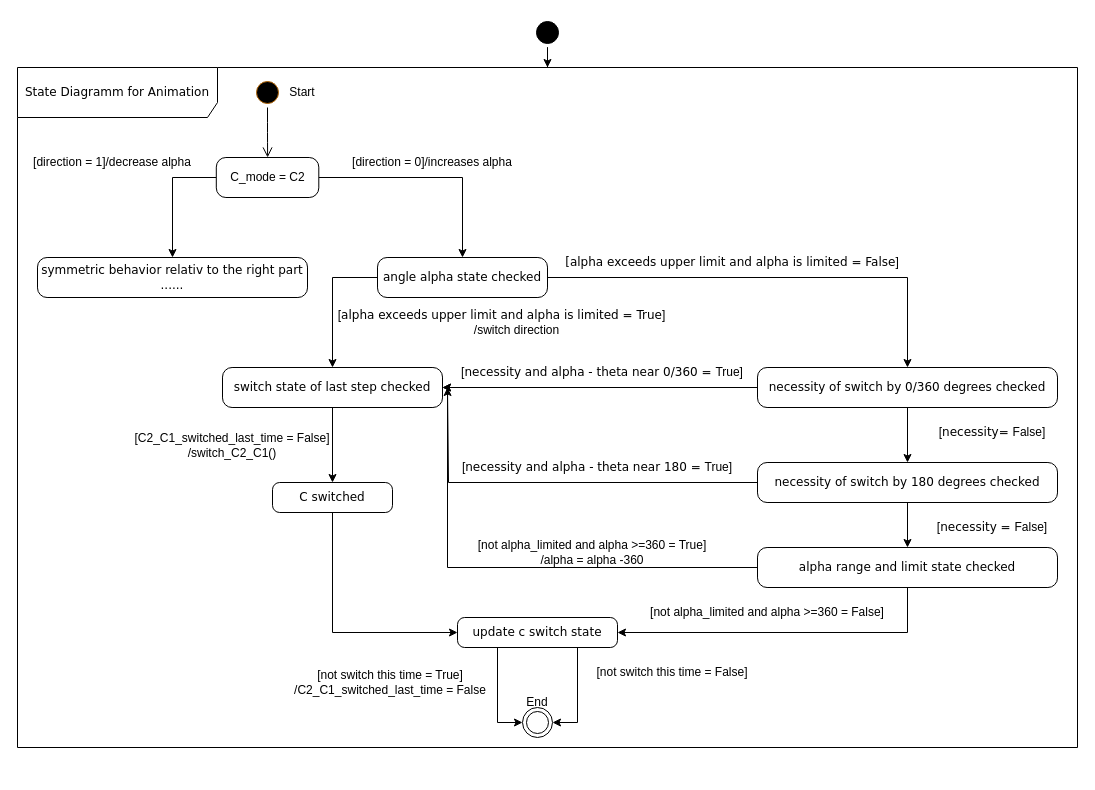
Before: report/figures/animation_state_diagramm_1.drawio in einsflash/Project_Pusher_Mechanism, a draw.io diagram. Source tidied: cells renumbered, new cells numbered last; positions are measured from the earlier drawing's top-left corner, leaving out a move shared by most shapes. Both pictures are drawn from the tidied source at 100%, with x=0, y=0 at pixel (17, 17).
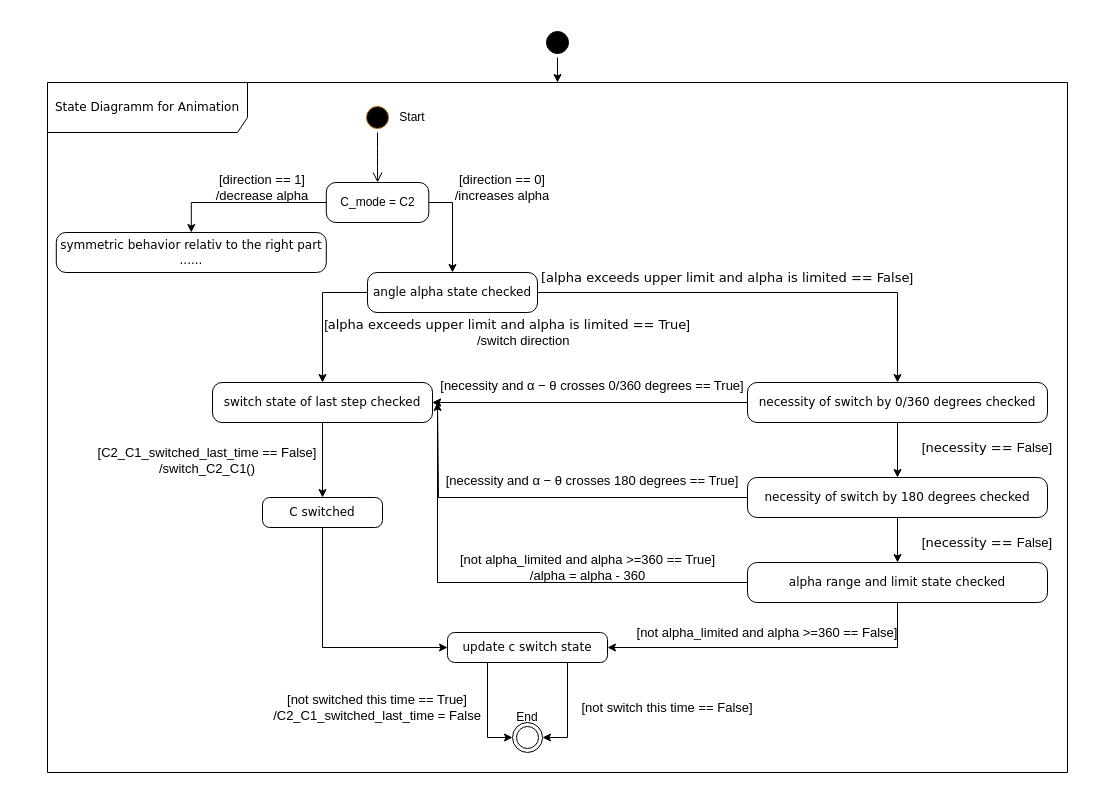
The same page after the edit.

Commit message (it also covers changes not shown here):
animation state diagramm fixed

Diff of the diagram source:
```diff
@@
     <mxCell id="2" value="State Diagramm for Animation" style="shape=umlFrame;whiteSpace=wrap;html=1;rounded=1;shadow=0;comic=0;labelBackgroundColor=none;strokeWidth=1;fontFamily=Verdana;fontSize=12;align=center;width=200;height=50;" parent="1" vertex="1">
-      <mxGeometry y="50" width="1060" height="680" as="geometry" />
+      <mxGeometry x="30" y="65" width="1020" height="690" as="geometry" />
     </mxCell>
     <mxCell id="3" style="ellipse;html=1;shape=startState;rounded=1;shadow=0;comic=0;labelBackgroundColor=none;fontFamily=Verdana;fontSize=12;align=center;direction=south;fillColor=#000000;strokeColor=#b46504;" parent="1" vertex="1">
-      <mxGeometry x="235" y="60" width="30" height="30" as="geometry" />
+      <mxGeometry x="345" y="85" width="30" height="30" as="geometry" />
     </mxCell>
@@
     <mxCell id="6" value="angle alpha state checked" style="rounded=1;whiteSpace=wrap;html=1;arcSize=24;shadow=0;comic=0;labelBackgroundColor=none;fontFamily=Verdana;fontSize=12;align=center;" parent="1" vertex="1">
-      <mxGeometry x="360" y="240" width="170" height="40" as="geometry" />
+      <mxGeometry x="350" y="255" width="170" height="40" as="geometry" />
     </mxCell>
     <mxCell id="7" value="symmetric behavior relativ to the right part&lt;div&gt;......&lt;/div&gt;" style="rounded=1;whiteSpace=wrap;html=1;arcSize=24;shadow=0;comic=0;labelBackgroundColor=none;fontFamily=Verdana;fontSize=12;align=center;" parent="1" vertex="1">
-      <mxGeometry x="20" y="240" width="270" height="40" as="geometry" />
+      <mxGeometry x="38.8" y="215" width="270" height="40" as="geometry" />
     </mxCell>
@@
-    <mxCell id="9" value="[direction = 1]/decrease alpha" style="text;html=1;align=center;verticalAlign=middle;whiteSpace=wrap;rounded=0;" parent="1" vertex="1">
-      <mxGeometry x="10" y="130" width="170" height="30" as="geometry" />
+    <mxCell id="9" value="&lt;font style=&quot;font-size: 13px;&quot;&gt;[direction == 1]&lt;/font&gt;&lt;div&gt;&lt;font style=&quot;font-size: 13px;&quot;&gt;/decrease alpha&lt;/font&gt;&lt;/div&gt;" style="text;html=1;align=center;verticalAlign=middle;whiteSpace=wrap;rounded=0;" parent="1" vertex="1">
+      <mxGeometry x="160" y="155" width="170" height="30" as="geometry" />
     </mxCell>
-    <mxCell id="10" value="[direction = 0]/increases alpha" style="text;html=1;align=center;verticalAlign=middle;whiteSpace=wrap;rounded=0;" parent="1" vertex="1">
-      <mxGeometry x="330" y="130" width="170" height="30" as="geometry" />
+    <mxCell id="10" value="&lt;font style=&quot;font-size: 13px;&quot;&gt;[direction == 0]&lt;/font&gt;&lt;div&gt;&lt;font style=&quot;font-size: 13px;&quot;&gt;/increases alpha&lt;/font&gt;&lt;/div&gt;" style="text;html=1;align=center;verticalAlign=middle;whiteSpace=wrap;rounded=0;" parent="1" vertex="1">
+      <mxGeometry x="400" y="155" width="170" height="30" as="geometry" />
     </mxCell>
@@
     <mxCell id="13" value="&lt;span style=&quot;font-family: Helvetica;&quot;&gt;C_mode = C2&lt;/span&gt;" style="rounded=1;whiteSpace=wrap;html=1;arcSize=24;shadow=0;comic=0;labelBackgroundColor=none;fontFamily=Verdana;fontSize=12;align=center;" parent="1" vertex="1">
-      <mxGeometry x="198.8" y="140" width="102.5" height="40" as="geometry" />
+      <mxGeometry x="308.8" y="165" width="102.5" height="40" as="geometry" />
     </mxCell>
     <mxCell id="14" value="Start" style="text;html=1;align=center;verticalAlign=middle;whiteSpace=wrap;rounded=0;" parent="1" vertex="1">
-      <mxGeometry x="255" y="60" width="60" height="30" as="geometry" />
+      <mxGeometry x="365" y="85" width="60" height="30" as="geometry" />
     </mxCell>
@@
     <mxCell id="16" value="switch state of last step checked" style="rounded=1;whiteSpace=wrap;html=1;arcSize=24;shadow=0;comic=0;labelBackgroundColor=none;fontFamily=Verdana;fontSize=12;align=center;" parent="1" vertex="1">
-      <mxGeometry x="205" y="350" width="220" height="40" as="geometry" />
+      <mxGeometry x="195" y="365" width="220" height="40" as="geometry" />
     </mxCell>
-    <mxCell id="17" value="[&lt;span style=&quot;font-family: Verdana;&quot;&gt;alpha exceeds upper limit&amp;nbsp;&lt;/span&gt;&lt;span style=&quot;font-family: Verdana; background-color: initial;&quot;&gt;and alpha is limited = True&lt;/span&gt;]&lt;div&gt;&amp;nbsp; &amp;nbsp; &amp;nbsp; &amp;nbsp; &amp;nbsp;/switch direction&lt;/div&gt;" style="text;html=1;align=center;verticalAlign=middle;whiteSpace=wrap;rounded=0;" parent="1" vertex="1">
-      <mxGeometry x="272.5" y="290" width="422.5" height="30" as="geometry" />
+    <mxCell id="17" value="&lt;font style=&quot;font-size: 13px;&quot;&gt;[&lt;span style=&quot;font-family: Verdana;&quot;&gt;alpha exceeds upper limit&amp;nbsp;&lt;/span&gt;&lt;span style=&quot;font-family: Verdana; background-color: initial;&quot;&gt;and alpha is limited == True&lt;/span&gt;]&lt;/font&gt;&lt;div&gt;&lt;font style=&quot;font-size: 13px;&quot;&gt;&amp;nbsp; &amp;nbsp; &amp;nbsp; &amp;nbsp; &amp;nbsp;/switch direction&lt;/font&gt;&lt;/div&gt;" style="text;html=1;align=center;verticalAlign=middle;whiteSpace=wrap;rounded=0;" parent="1" vertex="1">
+      <mxGeometry x="300" y="300" width="380" height="30" as="geometry" />
     </mxCell>
@@
     <mxCell id="19" value="C switched" style="rounded=1;whiteSpace=wrap;html=1;arcSize=24;shadow=0;comic=0;labelBackgroundColor=none;fontFamily=Verdana;fontSize=12;align=center;" parent="1" vertex="1">
-      <mxGeometry x="255" y="465" width="120" height="30" as="geometry" />
+      <mxGeometry x="245" y="480" width="120" height="30" as="geometry" />
     </mxCell>
-    <mxCell id="20" value="[C2_C1_switched_last_time = False]&lt;div&gt;/switch_C2_C1()&lt;/div&gt;" style="text;html=1;align=center;verticalAlign=middle;whiteSpace=wrap;rounded=0;" parent="1" vertex="1">
-      <mxGeometry x="100" y="410" width="230" height="35" as="geometry" />
+    <mxCell id="20" value="&lt;font style=&quot;font-size: 13px;&quot;&gt;[C2_C1_switched_last_time == False]&lt;/font&gt;&lt;div&gt;&lt;font style=&quot;font-size: 13px;&quot;&gt;/switch_C2_C1()&lt;/font&gt;&lt;/div&gt;" style="text;html=1;align=center;verticalAlign=middle;whiteSpace=wrap;rounded=0;" parent="1" vertex="1">
+      <mxGeometry x="75" y="425" width="230" height="35" as="geometry" />
     </mxCell>
@@
     <mxCell id="23" value="necessity of switch by 0/360 degrees checked" style="rounded=1;whiteSpace=wrap;html=1;arcSize=24;shadow=0;comic=0;labelBackgroundColor=none;fontFamily=Verdana;fontSize=12;align=center;" parent="1" vertex="1">
-      <mxGeometry x="740" y="350" width="300" height="40" as="geometry" />
+      <mxGeometry x="730" y="365" width="300" height="40" as="geometry" />
     </mxCell>
@@
     <mxCell id="25" style="ellipse;html=1;shape=startState;rounded=1;shadow=0;comic=0;labelBackgroundColor=none;fontFamily=Verdana;fontSize=12;align=center;direction=south;fillColor=#000000;strokeColor=#000000;" parent="1" vertex="1">
-      <mxGeometry x="515" width="30" height="30" as="geometry" />
+      <mxGeometry x="525" y="10" width="30" height="30" as="geometry" />
     </mxCell>
-    <mxCell id="26" value="&lt;span style=&quot;font-family: Verdana;&quot;&gt;[alpha exceeds upper limit&amp;nbsp;&lt;/span&gt;&lt;span style=&quot;background-color: initial; font-family: Verdana;&quot;&gt;and alpha is limited = False&lt;/span&gt;]" style="text;html=1;align=center;verticalAlign=middle;whiteSpace=wrap;rounded=0;" parent="1" vertex="1">
-      <mxGeometry x="540" y="230" width="350" height="30" as="geometry" />
+    <mxCell id="26" value="&lt;font style=&quot;font-size: 13px;&quot;&gt;&lt;span style=&quot;font-family: Verdana;&quot;&gt;[alpha exceeds upper limit&amp;nbsp;&lt;/span&gt;&lt;span style=&quot;background-color: initial; font-family: Verdana;&quot;&gt;and alpha is limited == False&lt;/span&gt;]&lt;/font&gt;" style="text;html=1;align=center;verticalAlign=middle;whiteSpace=wrap;rounded=0;" parent="1" vertex="1">
+      <mxGeometry x="520" y="245" width="380" height="30" as="geometry" />
     </mxCell>
-    <mxCell id="27" value="[&lt;span style=&quot;font-family: Verdana;&quot;&gt;necessity and alpha - theta near 0/360 =&amp;nbsp;&lt;/span&gt;True]" style="text;html=1;align=center;verticalAlign=middle;whiteSpace=wrap;rounded=0;" parent="1" vertex="1">
-      <mxGeometry x="430" y="340" width="310" height="30" as="geometry" />
-    </mxCell>
@@
     <mxCell id="29" style="edgeStyle=orthogonalEdgeStyle;rounded=0;jettySize=auto;html=1;exitX=0;exitY=0.5;exitDx=0;exitDy=0;" parent="1" edge="1" source="30">
       <mxGeometry relative="1" as="geometry">
-        <mxPoint x="430" y="370" as="targetPoint" />
+        <mxPoint x="420" y="385" as="targetPoint" />
         <Array as="points">
-          <mxPoint x="431" y="465" />
-          <mxPoint x="431" y="370" />
+          <mxPoint x="421" y="480" />
+          <mxPoint x="421" y="385" />
         </Array>
       </mxGeometry>
     </mxCell>
     <mxCell id="30" value="necessity of switch by 180 degrees checked" style="rounded=1;whiteSpace=wrap;html=1;arcSize=24;shadow=0;comic=0;labelBackgroundColor=none;fontFamily=Verdana;fontSize=12;align=center;" parent="1" vertex="1">
-      <mxGeometry x="740" y="445" width="300" height="40" as="geometry" />
+      <mxGeometry x="730" y="460" width="300" height="40" as="geometry" />
     </mxCell>
-    <mxCell id="31" value="[&lt;span style=&quot;font-family: Verdana;&quot;&gt;necessity=&amp;nbsp;&lt;/span&gt;False]" style="text;html=1;align=center;verticalAlign=middle;whiteSpace=wrap;rounded=0;" parent="1" vertex="1">
-      <mxGeometry x="910" y="400" width="130" height="30" as="geometry" />
+    <mxCell id="31" value="&lt;font style=&quot;font-size: 13px;&quot;&gt;[&lt;span style=&quot;font-family: Verdana;&quot;&gt;necessity ==&amp;nbsp;&lt;/span&gt;False]&lt;/font&gt;" style="text;html=1;align=center;verticalAlign=middle;whiteSpace=wrap;rounded=0;" parent="1" vertex="1">
+      <mxGeometry x="900" y="415" width="140" height="30" as="geometry" />
     </mxCell>
     <mxCell id="32" style="edgeStyle=orthogonalEdgeStyle;rounded=0;jettySize=auto;html=1;exitX=0;exitY=0.5;exitDx=0;exitDy=0;entryX=1;entryY=0.5;entryDx=0;entryDy=0;" parent="1" edge="1" source="34" target="16">
       <mxGeometry relative="1" as="geometry">
         <Array as="points">
-          <mxPoint x="430" y="550" />
-          <mxPoint x="430" y="370" />
+          <mxPoint x="420" y="565" />
+          <mxPoint x="420" y="385" />
         </Array>
       </mxGeometry>
     </mxCell>
@@
     <mxCell id="34" value="alpha range and limit state checked" style="rounded=1;whiteSpace=wrap;html=1;arcSize=24;shadow=0;comic=0;labelBackgroundColor=none;fontFamily=Verdana;fontSize=12;align=center;" parent="1" vertex="1">
-      <mxGeometry x="740" y="530" width="300" height="40" as="geometry" />
+      <mxGeometry x="730" y="545" width="300" height="40" as="geometry" />
     </mxCell>
-    <mxCell id="35" value="[&lt;span style=&quot;font-family: Verdana;&quot;&gt;necessity =&amp;nbsp;&lt;/span&gt;False]" style="text;html=1;align=center;verticalAlign=middle;whiteSpace=wrap;rounded=0;" parent="1" vertex="1">
-      <mxGeometry x="910" y="495" width="130" height="30" as="geometry" />
+    <mxCell id="35" value="&lt;font style=&quot;font-size: 13px;&quot;&gt;[&lt;span style=&quot;font-family: Verdana;&quot;&gt;necessity ==&amp;nbsp;&lt;/span&gt;False]&lt;/font&gt;" style="text;html=1;align=center;verticalAlign=middle;whiteSpace=wrap;rounded=0;" parent="1" vertex="1">
+      <mxGeometry x="900" y="510" width="140" height="30" as="geometry" />
     </mxCell>
-    <mxCell id="36" value="[&lt;span style=&quot;font-family: Verdana;&quot;&gt;necessity and alpha - theta near 180 =&amp;nbsp;&lt;/span&gt;True]" style="text;html=1;align=center;verticalAlign=middle;whiteSpace=wrap;rounded=0;" parent="1" vertex="1">
-      <mxGeometry x="425" y="435" width="310" height="30" as="geometry" />
-    </mxCell>
     <mxCell id="37" style="ellipse;html=1;shape=endState;rounded=1;shadow=0;comic=0;labelBackgroundColor=none;fontFamily=Verdana;fontSize=12;align=center;" parent="1" vertex="1">
-      <mxGeometry x="505" y="690" width="30" height="30" as="geometry" />
+      <mxGeometry x="495" y="705" width="30" height="30" as="geometry" />
     </mxCell>
-    <mxCell id="38" value="[not alpha_limited and alpha &amp;gt;=360 = True]&lt;div&gt;/alpha = alpha -360&lt;/div&gt;" style="text;html=1;align=center;verticalAlign=middle;whiteSpace=wrap;rounded=0;" parent="1" vertex="1">
-      <mxGeometry x="455" y="520" width="240" height="30" as="geometry" />
+    <mxCell id="38" value="&lt;font style=&quot;font-size: 13px;&quot;&gt;[not alpha_limited and alpha &amp;gt;=360 == True]&lt;/font&gt;&lt;div&gt;&lt;font style=&quot;font-size: 13px;&quot;&gt;/alpha = alpha - 360&lt;/font&gt;&lt;/div&gt;" style="text;html=1;align=center;verticalAlign=middle;whiteSpace=wrap;rounded=0;" parent="1" vertex="1">
+      <mxGeometry x="432.5" y="535" width="275" height="30" as="geometry" />
     </mxCell>
-    <mxCell id="39" value="[not alpha_limited and alpha &amp;gt;=360 = False]" style="text;html=1;align=center;verticalAlign=middle;whiteSpace=wrap;rounded=0;" parent="1" vertex="1">
-      <mxGeometry x="630" y="580" width="240" height="30" as="geometry" />
+    <mxCell id="39" value="&lt;font style=&quot;font-size: 13px;&quot;&gt;[not alpha_limited and alpha &amp;gt;=360 == False]&lt;/font&gt;" style="text;html=1;align=center;verticalAlign=middle;whiteSpace=wrap;rounded=0;" parent="1" vertex="1">
+      <mxGeometry x="610" y="600" width="280" height="30" as="geometry" />
     </mxCell>
     <mxCell id="40" value="End" style="text;html=1;align=center;verticalAlign=middle;whiteSpace=wrap;rounded=0;" parent="1" vertex="1">
-      <mxGeometry x="490" y="670" width="60" height="30" as="geometry" />
+      <mxGeometry x="480" y="685" width="60" height="30" as="geometry" />
     </mxCell>
@@
     <mxCell id="42" style="edgeStyle=orthogonalEdgeStyle;rounded=0;jettySize=auto;html=1;exitX=0.75;exitY=1;exitDx=0;exitDy=0;entryX=1;entryY=0.5;entryDx=0;entryDy=0;" parent="1" edge="1" source="43" target="37">
       <mxGeometry relative="1" as="geometry">
         <Array as="points">
-          <mxPoint x="560" y="705" />
+          <mxPoint x="550" y="720" />
         </Array>
       </mxGeometry>
     </mxCell>
     <mxCell id="43" value="update c switch state" style="rounded=1;whiteSpace=wrap;html=1;arcSize=24;shadow=0;comic=0;labelBackgroundColor=none;fontFamily=Verdana;fontSize=12;align=center;" parent="1" vertex="1">
-      <mxGeometry x="440" y="600" width="160" height="30" as="geometry" />
+      <mxGeometry x="430" y="615" width="160" height="30" as="geometry" />
     </mxCell>
-    <mxCell id="44" value="[not switch this time = True]&lt;div&gt;/C2_C1_switched_last_time = False&lt;/div&gt;" style="text;html=1;align=center;verticalAlign=middle;whiteSpace=wrap;rounded=0;" parent="1" vertex="1">
-      <mxGeometry x="272.5" y="650" width="200" height="30" as="geometry" />
+    <mxCell id="44" value="&lt;font style=&quot;font-size: 13px;&quot;&gt;[not switched this time == True]&lt;/font&gt;&lt;div&gt;&lt;font style=&quot;font-size: 13px;&quot;&gt;/C2_C1_switched_last_time = False&lt;/font&gt;&lt;/div&gt;" style="text;html=1;align=center;verticalAlign=middle;whiteSpace=wrap;rounded=0;" parent="1" vertex="1">
+      <mxGeometry x="241.2" y="675" width="237.5" height="30" as="geometry" />
     </mxCell>
-    <mxCell id="45" value="[not switch this time = False]" style="text;html=1;align=center;verticalAlign=middle;whiteSpace=wrap;rounded=0;" parent="1" vertex="1">
-      <mxGeometry x="570" y="640" width="170" height="30" as="geometry" />
+    <mxCell id="45" value="&lt;font style=&quot;font-size: 13px;&quot;&gt;[not switch this time == False]&lt;/font&gt;" style="text;html=1;align=center;verticalAlign=middle;whiteSpace=wrap;rounded=0;" parent="1" vertex="1">
+      <mxGeometry x="560" y="675" width="180" height="30" as="geometry" />
     </mxCell>
+    <mxCell id="46" value="&lt;span style=&quot;font-size: 13px;&quot;&gt;[necessity and&amp;nbsp;&lt;/span&gt;&lt;span style=&quot;background-color: initial;&quot;&gt;&lt;span style=&quot;font-size: 13px;&quot;&gt;α − θ crosses 180 degrees == True]&lt;/span&gt;&lt;/span&gt;" style="text;html=1;align=center;verticalAlign=middle;whiteSpace=wrap;rounded=0;" parent="1" vertex="1">
+      <mxGeometry x="425" y="445" width="300" height="35" as="geometry" />
+    </mxCell>
+    <mxCell id="47" value="&lt;span style=&quot;font-size: 13px;&quot;&gt;[necessity and&amp;nbsp;&lt;/span&gt;&lt;span style=&quot;background-color: initial;&quot;&gt;&lt;span style=&quot;font-size: 13px;&quot;&gt;α − θ crosses 0/360 degrees&amp;nbsp;== True]&lt;/span&gt;&lt;/span&gt;" style="text;html=1;align=center;verticalAlign=middle;whiteSpace=wrap;rounded=0;" parent="1" vertex="1">
+      <mxGeometry x="420" y="350" width="310" height="35" as="geometry" />
+    </mxCell>
```
